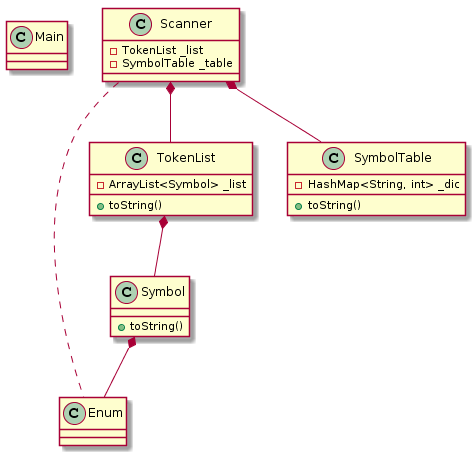
This is doc/img/class_diag.png from denishoornaert/INFO-F403-IMP, a PlantUML export, as it was before one commit.
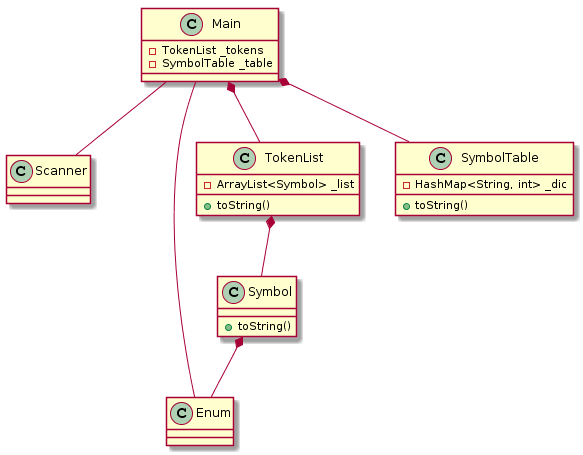
Later version of the same file.

Change to the diagram source:
```diff
@@ -1,10 +1,10 @@
 @startuml
 class Main {
+  - TokenList _tokens
+  - SymbolTable _table
 }
 
 class Scanner {
-  - TokenList _list
-  - SymbolTable _table
 }
 
 class Enum {
@@ -24,9 +24,10 @@
   + toString()
 }
 
-Scanner .. Enum
-Scanner *-- TokenList
-Scanner *-- SymbolTable
+Main -- Enum
+Main *-- TokenList
+Main *-- SymbolTable
+Main -- Scanner
 TokenList *-- Symbol
 Symbol *-- Enum
 @enduml
```
